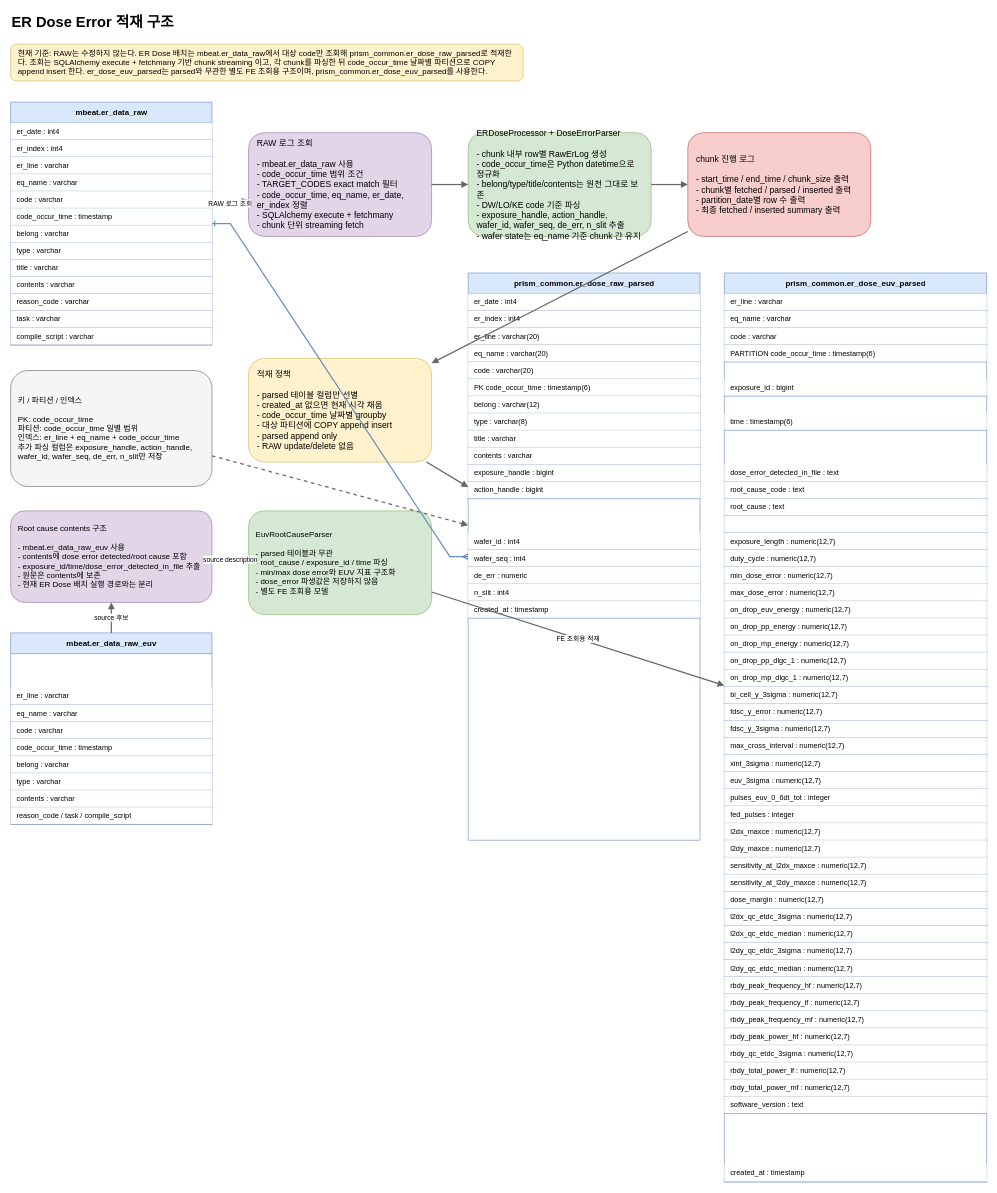
Above: docs/er_dose_flow.drawio in junho0831/PythonStudy (draw.io), before the change. Source tidied: cells renumbered, new cells numbered last; positions are measured from the earlier drawing's top-left corner, leaving out a move shared by most shapes. Both pictures are drawn from the tidied source at 61%, with x=0, y=0 at pixel (10, 10).
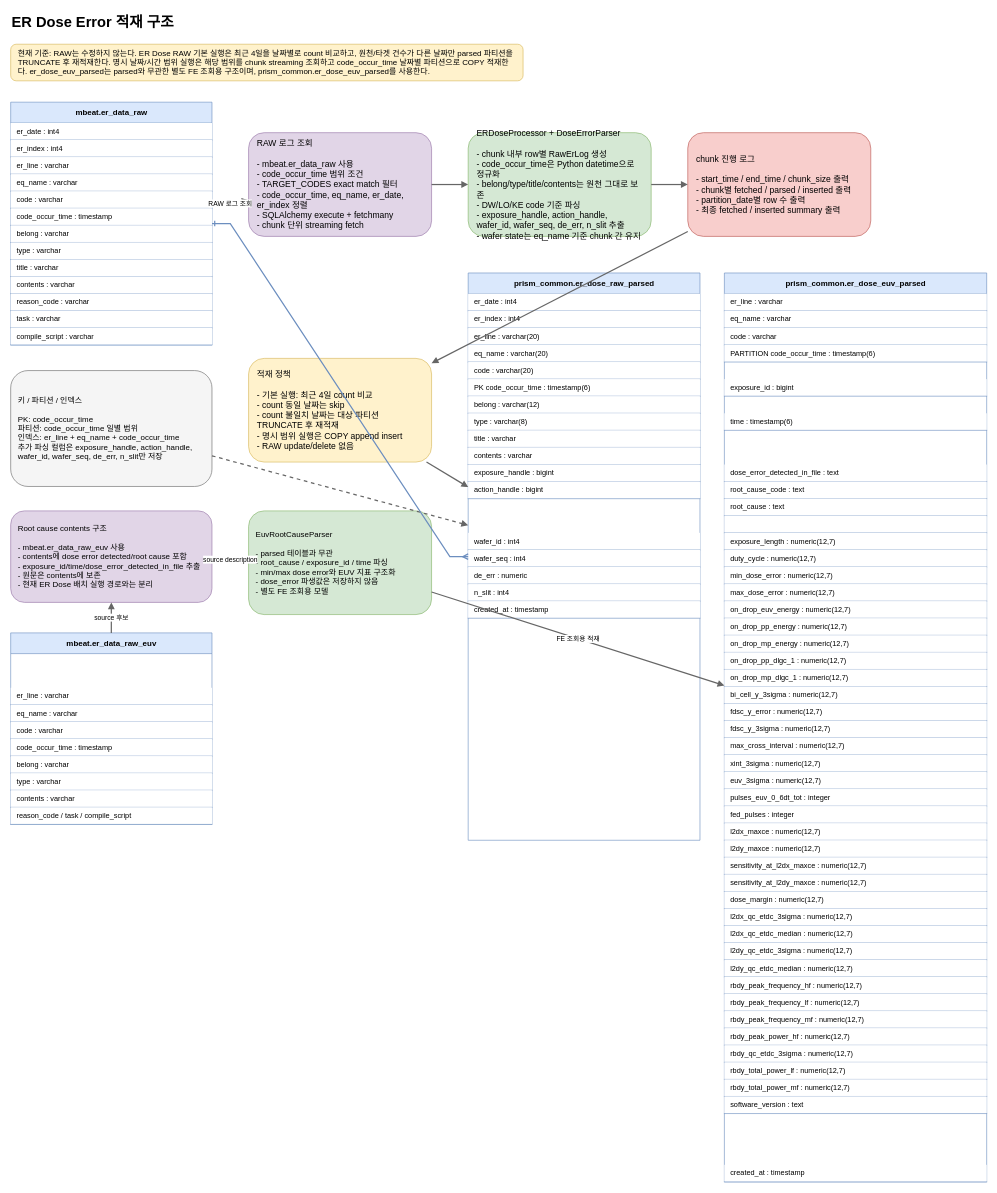
The same diagram, later.

Commit message (it also covers changes not shown here):
ER Dose RAW 재적재 전략 적용

Diff of the diagram source:
```diff
@@
-    <mxCell id="3" value="현재 기준: RAW는 수정하지 않는다. ER Dose 배치는 mbeat.er_data_raw에서 대상 code만 조회해 prism_common.er_dose_raw_parsed로 적재한다. 조회는 SQLAlchemy execute + fetchmany 기반 chunk streaming 이고, 각 chunk를 파싱한 뒤 code_occur_time 날짜별 파티션으로 COPY append insert 한다. er_dose_euv_parsed는 parsed와 무관한 별도 FE 조회용 구조이며, prism_common.er_dose_euv_parsed를 사용한다." style="rounded=1;whiteSpace=wrap;html=1;fillColor=#fff2cc;strokeColor=#d6b656;fontSize=13;align=left;spacing=12;" parent="1" vertex="1">
+    <mxCell id="3" value="현재 기준: RAW는 수정하지 않는다. ER Dose RAW 기본 실행은 최근 4일을 날짜별로 count 비교하고, 원천/타겟 건수가 다른 날짜만 parsed 파티션을 TRUNCATE 후 재적재한다. 명시 날짜/시간 범위 실행은 해당 범위를 chunk streaming 조회하고 code_occur_time 날짜별 파티션으로 COPY 적재한다. er_dose_euv_parsed는 parsed와 무관한 별도 FE 조회용 구조이며, prism_common.er_dose_euv_parsed를 사용한다." style="rounded=1;whiteSpace=wrap;html=1;fillColor=#fff2cc;strokeColor=#d6b656;fontSize=13;align=left;spacing=12;" parent="1" vertex="1">
       <mxGeometry y="55" width="840" height="60" as="geometry" />
     </mxCell>
@@
-    <mxCell id="21" value="적재 정책&#10;&#10;- parsed 테이블 컬럼만 선별&#10;- created_at 없으면 현재 시각 채움&#10;- code_occur_time 날짜별 groupby&#10;- 대상 파티션에 COPY append insert&#10;- parsed append only&#10;- RAW update/delete 없음" style="rounded=1;whiteSpace=wrap;html=1;fillColor=#fff2cc;strokeColor=#d6b656;fontSize=14;align=left;spacing=14;" parent="1" vertex="1">
+    <mxCell id="21" value="적재 정책&#10;&#10;- 기본 실행: 최근 4일 count 비교&#10;- count 동일 날짜는 skip&#10;- count 불일치 날짜는 대상 파티션 TRUNCATE 후 재적재&#10;- 명시 범위 실행은 COPY append insert&#10;- RAW update/delete 없음" style="rounded=1;whiteSpace=wrap;html=1;fillColor=#fff2cc;strokeColor=#d6b656;fontSize=14;align=left;spacing=14;" parent="1" vertex="1">
       <mxGeometry x="390" y="570" width="300" height="170" as="geometry" />
     </mxCell>
```
